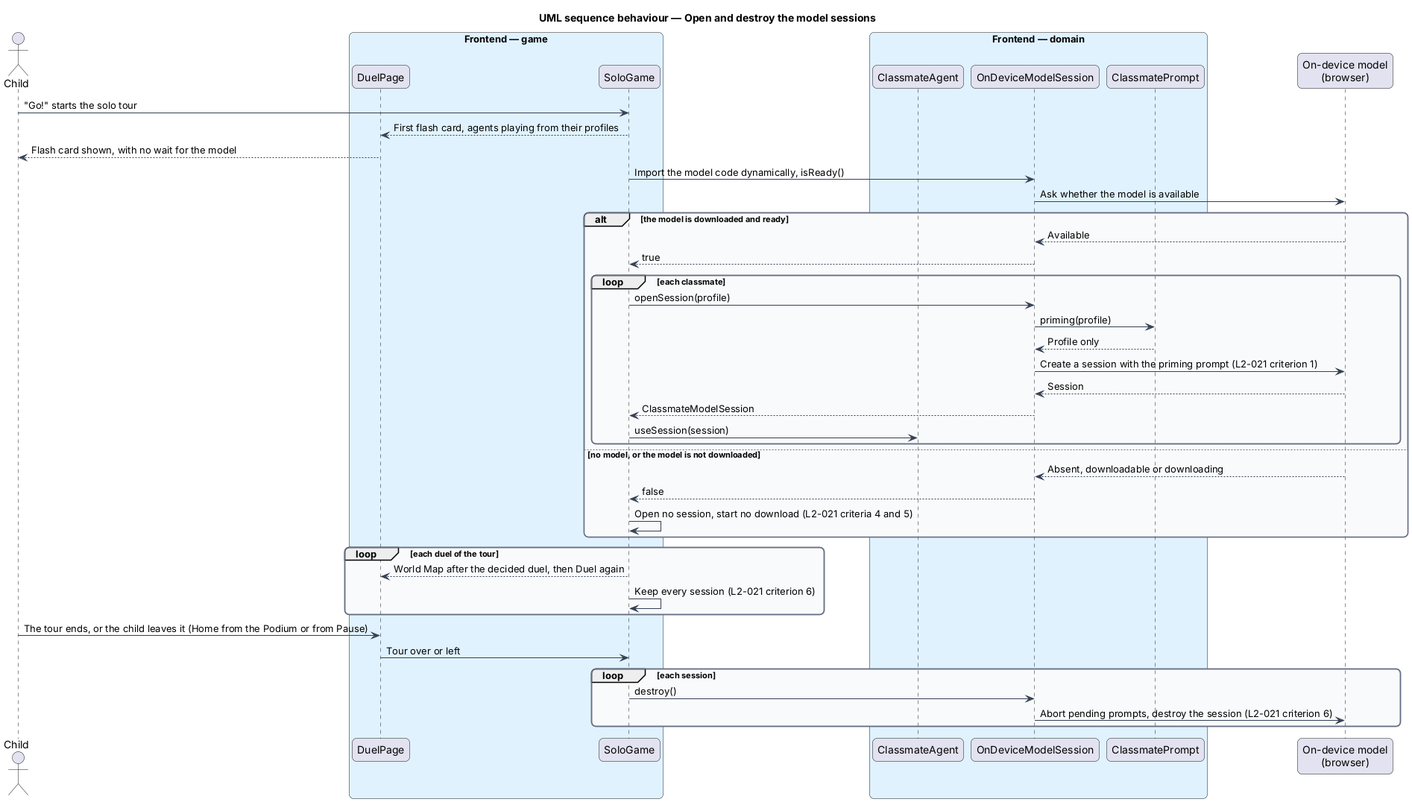
The PlantUML diagram docs/detailed-designs/classmates/drive-classmates-with-model/diagrams/sequence-open-and-destroy-sessions.png in QuinntyneBrown/around-the-world, before a commit. Its source is kept beside it as docs/detailed-designs/classmates/drive-classmates-with-model/diagrams/sequence-open-and-destroy-sessions.puml.
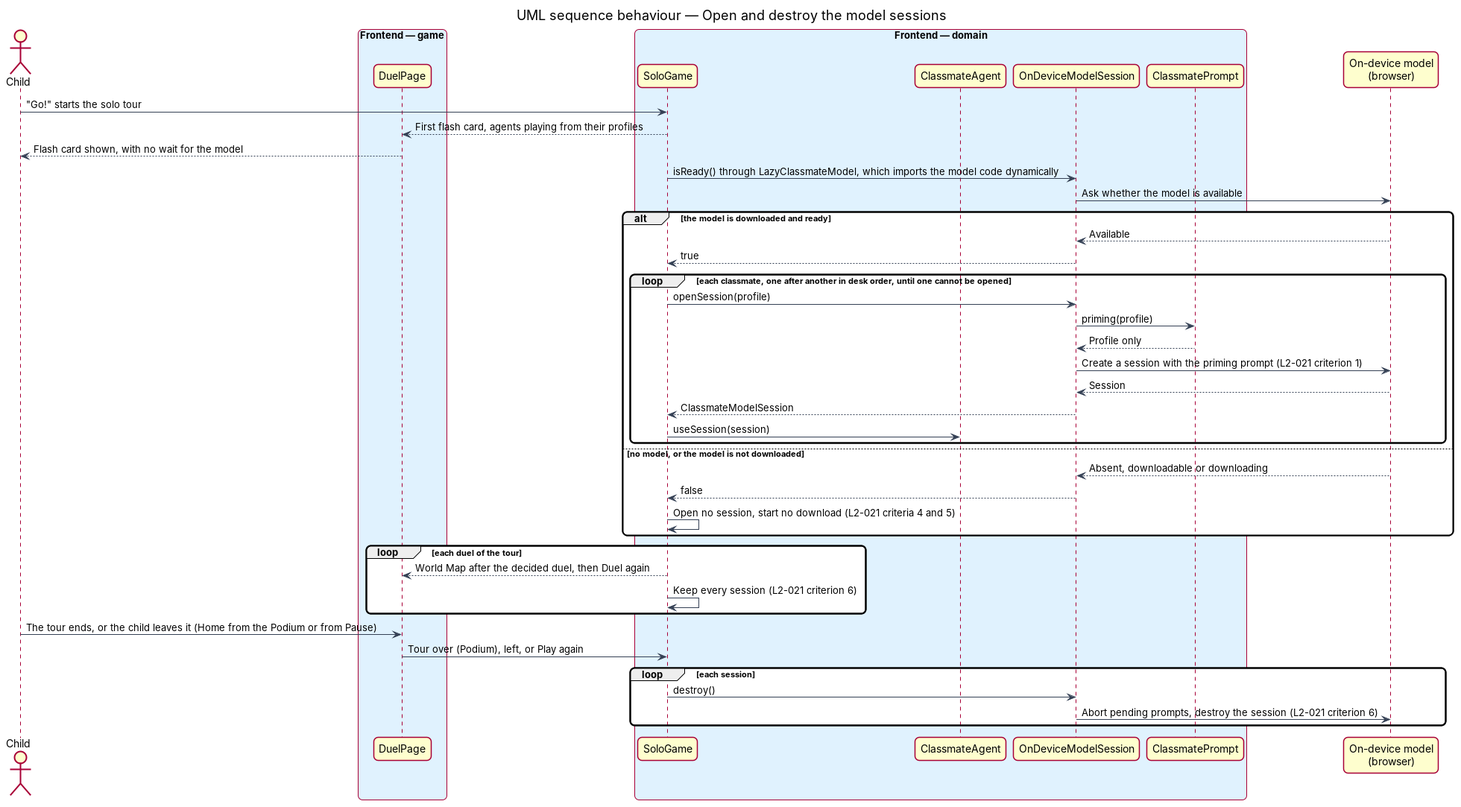
The same file after the commit.

What changed in the source:
```diff
@@ -17,9 +17,9 @@
 actor "Child" as actor
 box "Frontend — game" #E0F2FE
   participant "DuelPage" as page
-  participant "SoloGame" as solo
 end box
 box "Frontend — domain" #E0F2FE
+  participant "SoloGame" as solo
   participant "ClassmateAgent" as agent
   participant "OnDeviceModelSession" as session
   participant "ClassmatePrompt" as prompt
@@ -28,12 +28,12 @@
 actor -> solo : "Go!" starts the solo tour
 solo --> page : First flash card, agents playing from their profiles
 page --> actor : Flash card shown, with no wait for the model
-solo -> session : Import the model code dynamically, isReady()
+solo -> session : isReady() through LazyClassmateModel, which imports the model code dynamically
 session -> model : Ask whether the model is available
 alt the model is downloaded and ready
   model --> session : Available
   session --> solo : true
-  loop each classmate
+  loop each classmate, one after another in desk order, until one cannot be opened
     solo -> session : openSession(profile)
     session -> prompt : priming(profile)
     prompt --> session : Profile only
@@ -52,7 +52,7 @@
   solo -> solo : Keep every session (L2-021 criterion 6)
 end
 actor -> page : The tour ends, or the child leaves it (Home from the Podium or from Pause)
-page -> solo : Tour over or left
+page -> solo : Tour over (Podium), left, or Play again
 loop each session
   solo -> session : destroy()
   session -> model : Abort pending prompts, destroy the session (L2-021 criterion 6)
```
